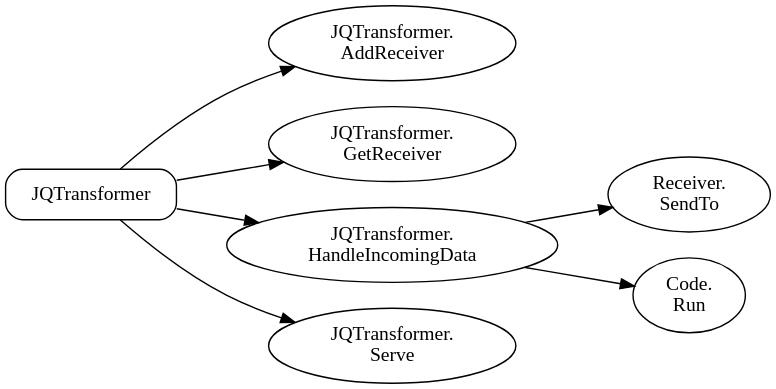
The PlantUML diagram docs/design_notes/DN1_JSON_Extractor/JQTransformer_callgraph.svg in xtuml/otel2pv, before a commit. Its source is kept beside it as docs/design_notes/DN1_JSON_Extractor/JQTransformer_callgraph.puml. Its diagram source:
```plantuml
@startuml
digraph G {
    rankdir=LR
    node [style=rounded];
    JQTransformer [style=rounded, shape=box];
    JQTransformer -> "JQTransformer.\nAddReceiver";
    JQTransformer -> "JQTransformer.\nGetReceiver";
    JQTransformer -> "JQTransformer.\nHandleIncomingData";
    JQTransformer -> "JQTransformer.\nServe";
    "JQTransformer.\nHandleIncomingData" -> "Receiver.\nSendTo";
    "JQTransformer.\nHandleIncomingData" -> "Code.\nRun";
}
@enduml
```
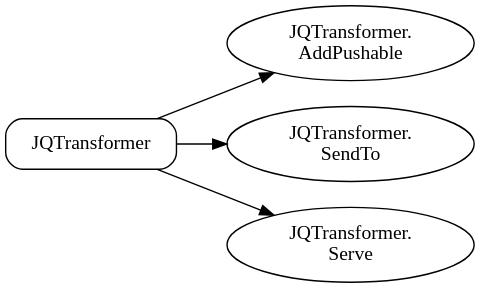
The same file after the commit.

The edit, as a diff of the source:
```diff
@@ -3,11 +3,8 @@
     rankdir=LR
     node [style=rounded];
     JQTransformer [style=rounded, shape=box];
-    JQTransformer -> "JQTransformer.\nAddReceiver";
-    JQTransformer -> "JQTransformer.\nGetReceiver";
-    JQTransformer -> "JQTransformer.\nHandleIncomingData";
+    JQTransformer -> "JQTransformer.\nAddPushable";
+    JQTransformer -> "JQTransformer.\nSendTo";
     JQTransformer -> "JQTransformer.\nServe";
-    "JQTransformer.\nHandleIncomingData" -> "Receiver.\nSendTo";
-    "JQTransformer.\nHandleIncomingData" -> "Code.\nRun";
 }
 @enduml
```
